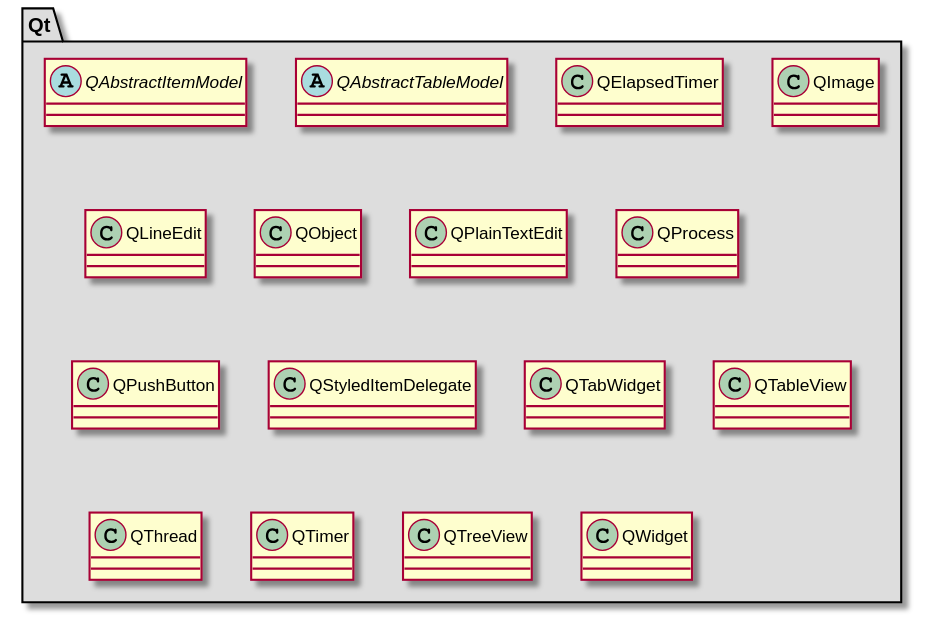
Before: md/dev_docs/puml/Qt_standalone.svg, a diagram exported from PlantUML (svlad-90/DLT-Message-Analyzer). Source of this version:
```plantuml
@startuml

skinparam wrapWidth 600
package "Qt" #DDDDDD
{

abstract class "QAbstractItemModel"
{
}

abstract class "QAbstractTableModel"
{
}

class "QElapsedTimer"
{
}

class "QImage"
{
}

class "QLineEdit"
{
}

class "QObject"
{
}

class "QPlainTextEdit"
{
}

class "QProcess"
{
}

class "QPushButton"
{
}

class "QStyledItemDelegate"
{
}

class "QTabWidget"
{
}

class "QTableView"
{
}

class "QThread"
{
}

class "QTimer"
{
}

class "QTreeView"
{
}

class "QWidget"
{
}

}

@enduml
```
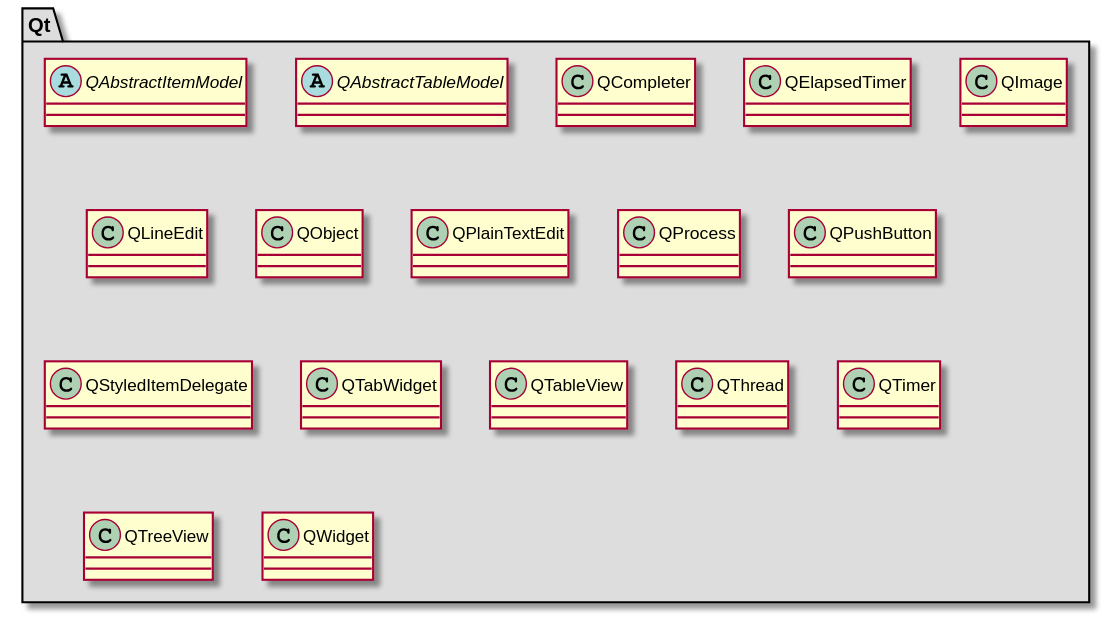
The same file after the commit.

The edit, as a diff of the source:
```diff
@@ -9,6 +9,10 @@
 }
 
 abstract class "QAbstractTableModel"
+{
+}
+
+class "QCompleter"
 {
 }
 
```
